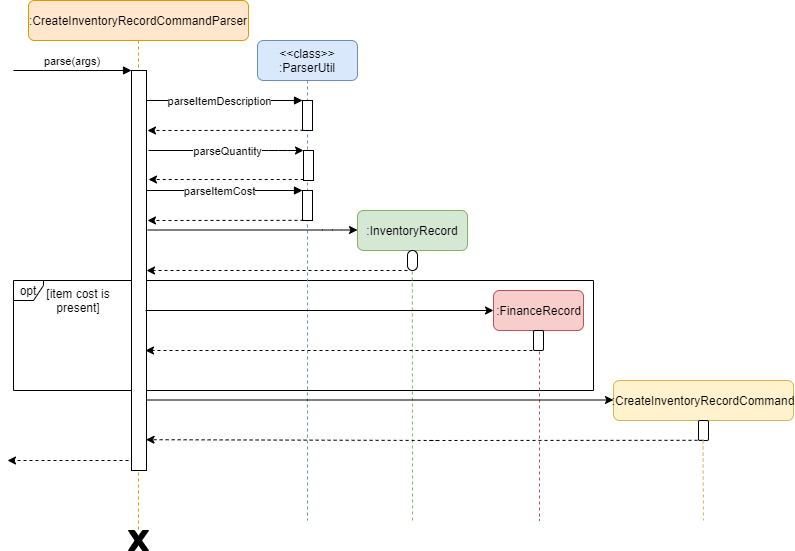
Earlier version of the draw.io export docs/images/AddInventoryRecordSequenceDiagram.png (nus-cs2103-AY2021S1/tp). Source tidied: cells renumbered, new cells last; positions are measured from the earlier drawing's top-left corner, leaving out a move shared by most shapes.
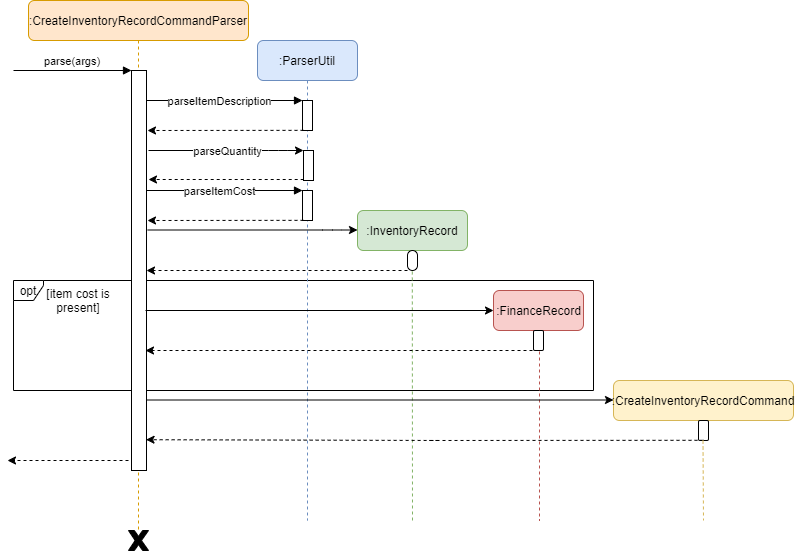
After the commit.

The edit, as a diff of the source:
```diff
@@ -16,7 +16,7 @@
         <mxPoint x="-15" y="70" as="sourcePoint" />
       </mxGeometry>
     </mxCell>
-    <mxCell id="6" value="&lt;&lt;class&gt;&gt;&#10;:ParserUtil" style="shape=umlLifeline;perimeter=lifelinePerimeter;rounded=1;shadow=0;strokeWidth=1;size=40;fillColor=#dae8fc;strokeColor=#6c8ebf;" parent="1" vertex="1">
+    <mxCell id="6" value=":ParserUtil" style="shape=umlLifeline;perimeter=lifelinePerimeter;rounded=1;shadow=0;strokeWidth=1;size=40;fillColor=#dae8fc;strokeColor=#6c8ebf;" parent="1" vertex="1">
       <mxGeometry x="250" y="40" width="100" height="480" as="geometry" />
     </mxCell>
     <mxCell id="7" style="points=[];perimeter=orthogonalPerimeter;rounded=0;shadow=0;strokeWidth=1;" parent="6" vertex="1">
```
